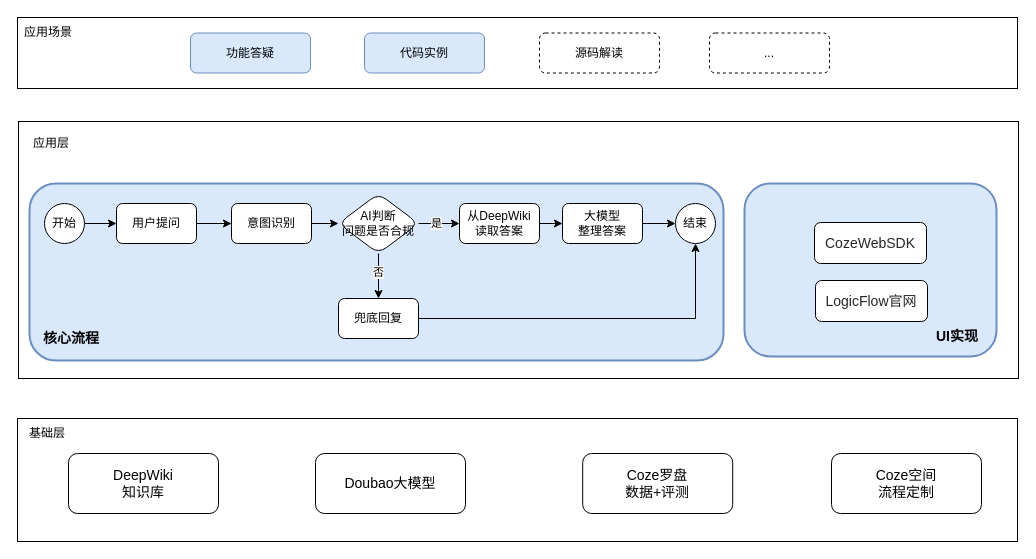
Before: LogicFlow-AI流程图.drawio in Zsynuting/diagram, a draw.io diagram. Source tidied: cells renumbered, new cells numbered last; positions are measured from the earlier drawing's top-left corner, leaving out a move shared by most shapes. Both pictures are drawn from the tidied source at 100%, with x=0, y=0 at pixel (17, 17).
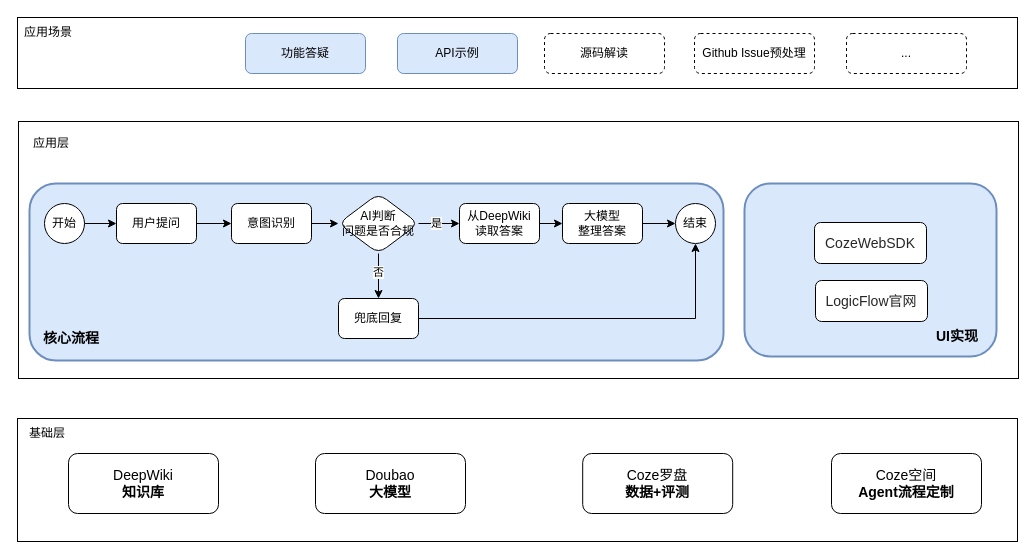
The same diagram, later.

Commit message:
更新LogicFlow-AI流程图.drawio

The edit, as a diff of the source:
```diff
@@
-    <mxCell id="23" value="&lt;font style=&quot;font-size: 14px;&quot;&gt;DeepWiki&lt;/font&gt;&lt;div&gt;&lt;font style=&quot;font-size: 14px;&quot;&gt;知识库&lt;/font&gt;&lt;/div&gt;" style="rounded=1;whiteSpace=wrap;html=1;strokeWidth=1;" parent="1" vertex="1">
+    <mxCell id="23" value="&lt;font style=&quot;font-size: 14px;&quot;&gt;DeepWiki&lt;/font&gt;&lt;div&gt;&lt;font style=&quot;font-size: 14px;&quot;&gt;&lt;b&gt;知识库&lt;/b&gt;&lt;/font&gt;&lt;/div&gt;" style="rounded=1;whiteSpace=wrap;html=1;strokeWidth=1;" parent="1" vertex="1">
       <mxGeometry x="51" y="436" width="150" height="60" as="geometry" />
     </mxCell>
-    <mxCell id="24" value="&lt;font style=&quot;font-size: 14px;&quot;&gt;Doubao大模型&lt;/font&gt;" style="rounded=1;whiteSpace=wrap;html=1;strokeWidth=1;" parent="1" vertex="1">
+    <mxCell id="24" value="&lt;font style=&quot;font-size: 14px;&quot;&gt;Doubao&lt;/font&gt;&lt;div&gt;&lt;font style=&quot;font-size: 14px;&quot;&gt;&lt;b&gt;大模型&lt;/b&gt;&lt;/font&gt;&lt;/div&gt;" style="rounded=1;whiteSpace=wrap;html=1;strokeWidth=1;" parent="1" vertex="1">
       <mxGeometry x="298" y="436" width="150" height="60" as="geometry" />
     </mxCell>
-    <mxCell id="25" value="&lt;font style=&quot;font-size: 14px;&quot;&gt;Coze罗盘&lt;/font&gt;&lt;div&gt;&lt;font style=&quot;font-size: 14px;&quot;&gt;数据+评测&lt;/font&gt;&lt;/div&gt;" style="rounded=1;whiteSpace=wrap;html=1;strokeWidth=1;" parent="1" vertex="1">
+    <mxCell id="25" value="&lt;font style=&quot;font-size: 14px;&quot;&gt;Coze罗盘&lt;/font&gt;&lt;div&gt;&lt;font style=&quot;font-size: 14px;&quot;&gt;&lt;b&gt;数据+评测&lt;/b&gt;&lt;/font&gt;&lt;/div&gt;" style="rounded=1;whiteSpace=wrap;html=1;strokeWidth=1;" parent="1" vertex="1">
       <mxGeometry x="565.2" y="436" width="150" height="60" as="geometry" />
     </mxCell>
-    <mxCell id="26" value="&lt;font style=&quot;font-size: 14px;&quot;&gt;Coze空间&lt;/font&gt;&lt;div&gt;&lt;font style=&quot;font-size: 14px;&quot;&gt;流程定制&lt;/font&gt;&lt;/div&gt;" style="rounded=1;whiteSpace=wrap;html=1;strokeWidth=1;" parent="1" vertex="1">
+    <mxCell id="26" value="&lt;font style=&quot;font-size: 14px;&quot;&gt;Coze空间&lt;/font&gt;&lt;div&gt;&lt;font style=&quot;font-size: 14px;&quot;&gt;&lt;b&gt;Agent流程定制&lt;/b&gt;&lt;/font&gt;&lt;/div&gt;" style="rounded=1;whiteSpace=wrap;html=1;strokeWidth=1;" parent="1" vertex="1">
       <mxGeometry x="814" y="436" width="150" height="60" as="geometry" />
     </mxCell>
@@
     <mxCell id="36" value="功能答疑" style="rounded=1;whiteSpace=wrap;html=1;fontSize=12;glass=0;strokeWidth=1;shadow=0;fillColor=#dae8fc;strokeColor=#6c8ebf;" parent="1" vertex="1">
-      <mxGeometry x="173" y="15.5" width="120" height="40" as="geometry" />
+      <mxGeometry x="228" y="16" width="120" height="40" as="geometry" />
     </mxCell>
-    <mxCell id="37" value="代码实例" style="rounded=1;whiteSpace=wrap;html=1;fontSize=12;glass=0;strokeWidth=1;shadow=0;fillColor=#dae8fc;strokeColor=#6c8ebf;" parent="1" vertex="1">
-      <mxGeometry x="347" y="15.5" width="120" height="40" as="geometry" />
+    <mxCell id="37" value="API示例" style="rounded=1;whiteSpace=wrap;html=1;fontSize=12;glass=0;strokeWidth=1;shadow=0;fillColor=#dae8fc;strokeColor=#6c8ebf;" parent="1" vertex="1">
+      <mxGeometry x="380" y="16" width="120" height="40" as="geometry" />
     </mxCell>
     <mxCell id="38" value="源码解读" style="rounded=1;whiteSpace=wrap;html=1;fontSize=12;glass=0;strokeWidth=1;shadow=0;dashed=1;" parent="1" vertex="1">
-      <mxGeometry x="522" y="15.5" width="120" height="40" as="geometry" />
+      <mxGeometry x="527" y="16" width="120" height="40" as="geometry" />
     </mxCell>
-    <mxCell id="39" value="..." style="rounded=1;whiteSpace=wrap;html=1;fontSize=12;glass=0;strokeWidth=1;shadow=0;dashed=1;" parent="1" vertex="1">
-      <mxGeometry x="692" y="15.5" width="120" height="40" as="geometry" />
+    <mxCell id="39" value="Github Issue预处理" style="rounded=1;whiteSpace=wrap;html=1;fontSize=12;glass=0;strokeWidth=1;shadow=0;dashed=1;" parent="1" vertex="1">
+      <mxGeometry x="677" y="16" width="120" height="40" as="geometry" />
     </mxCell>
+    <mxCell id="40" value="..." style="rounded=1;whiteSpace=wrap;html=1;fontSize=12;glass=0;strokeWidth=1;shadow=0;dashed=1;" parent="1" vertex="1">
+      <mxGeometry x="829" y="16" width="120" height="40" as="geometry" />
+    </mxCell>
```
